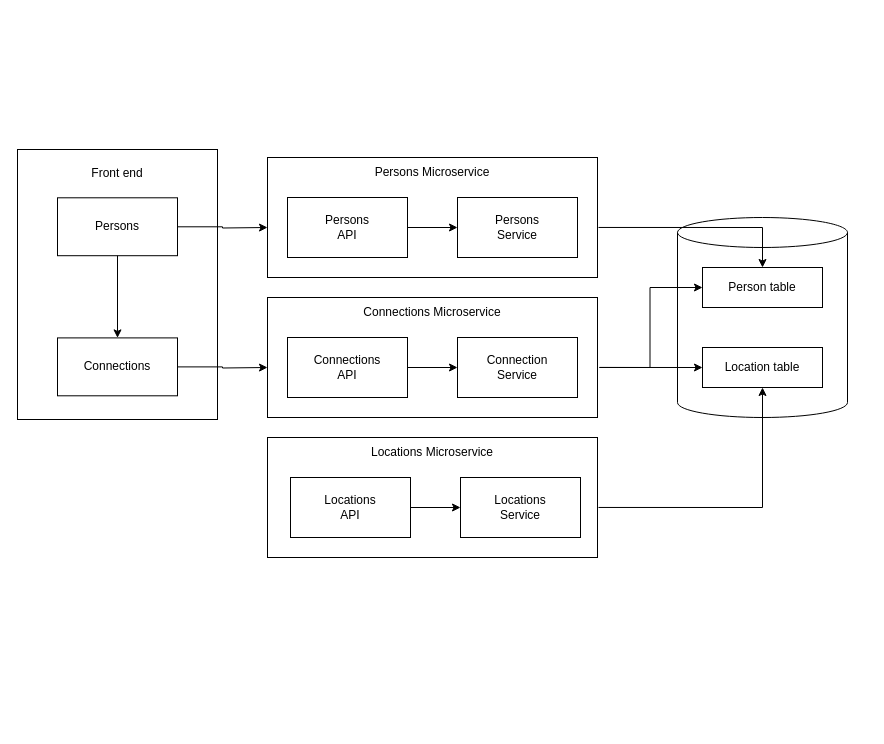
This is page "Refactored" (2 of 2) of docs/UdaConnect-Design.drawio from aldo-linux/udaconnect, a draw.io file, before an edit. Source tidied: cells renumbered, new cells numbered last; positions are measured from the earlier drawing's top-left corner, leaving out a move shared by most shapes. Both pictures are drawn from the tidied source at 100%, with x=0, y=0 at pixel (17, 149).
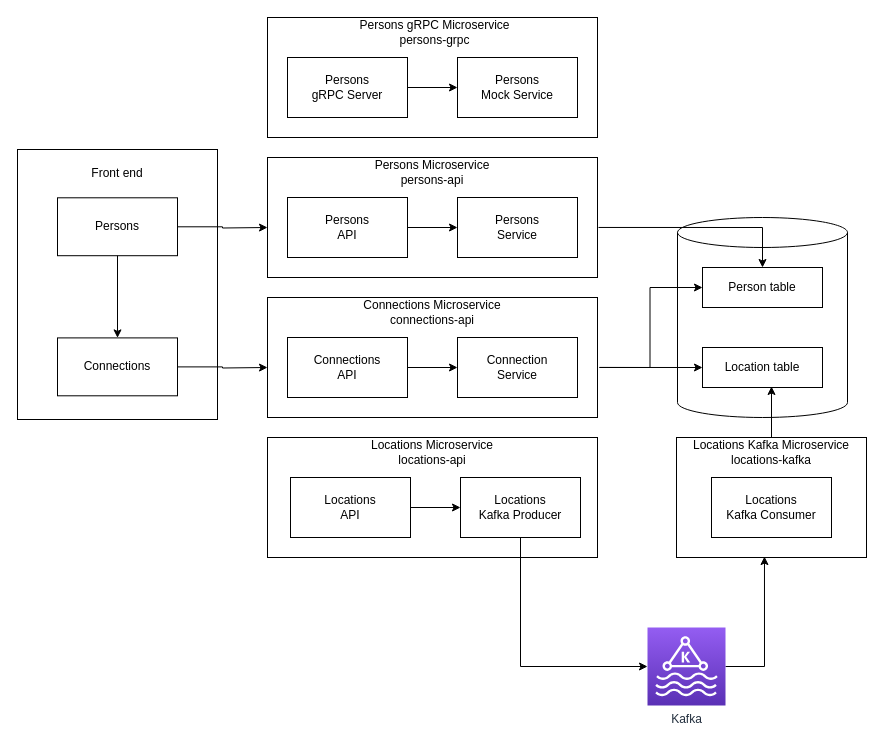
Above is the later version.

The change refers to these unchanged cells:
```xml
<mxCell id="4" value="Location table" style="rounded=0;whiteSpace=wrap;html=1;" parent="1" vertex="1">
  <mxGeometry x="685" y="198" width="120" height="40" as="geometry" />
</mxCell>
<mxCell id="8" style="group;" parent="1" vertex="1">
  <mxGeometry x="250" y="8" width="330" height="120" as="geometry" />
</mxCell>
<mxCell id="22" style="group;" parent="1" vertex="1">
  <mxGeometry x="250" y="288" width="330" height="120" as="geometry" />
</mxCell>
<mxCell id="23" style="rounded=0;whiteSpace=wrap;html=1;" parent="22" vertex="1">
  <mxGeometry width="330" height="120" as="geometry" />
</mxCell>
<mxCell id="28" style="group;" parent="1" vertex="1">
  <mxGeometry x="250" y="148" width="330" height="120" as="geometry" />
</mxCell>
```

The edit, as a diff of the source:
```diff
@@
-    <mxCell id="13" value="Persons Microservice" style="text;html=1;strokeColor=none;fillColor=none;align=center;verticalAlign=middle;whiteSpace=wrap;rounded=0;" parent="8" vertex="1">
+    <mxCell id="13" value="Persons Microservice&lt;br&gt;persons-api" style="text;html=1;strokeColor=none;fillColor=none;align=center;verticalAlign=middle;whiteSpace=wrap;rounded=0;" parent="8" vertex="1">
       <mxGeometry x="95" width="140" height="30" as="geometry" />
     </mxCell>
@@
-    <mxCell id="24" value="Locations Microservice" style="text;html=1;strokeColor=none;fillColor=none;align=center;verticalAlign=middle;whiteSpace=wrap;rounded=0;" parent="22" vertex="1">
+    <mxCell id="24" value="Locations Microservice&lt;br&gt;locations-api" style="text;html=1;strokeColor=none;fillColor=none;align=center;verticalAlign=middle;whiteSpace=wrap;rounded=0;" parent="22" vertex="1">
       <mxGeometry x="90" width="150" height="30" as="geometry" />
     </mxCell>
@@
-    <mxCell id="26" value="Locations&lt;br&gt;Service" style="rounded=0;whiteSpace=wrap;html=1;" parent="22" vertex="1">
+    <mxCell id="26" value="Locations&lt;br&gt;Kafka Producer" style="rounded=0;whiteSpace=wrap;html=1;" parent="22" vertex="1">
       <mxGeometry x="193" y="40" width="120" height="60" as="geometry" />
     </mxCell>
@@
-    <mxCell id="33" value="Connections Microservice" style="text;html=1;strokeColor=none;fillColor=none;align=center;verticalAlign=middle;whiteSpace=wrap;rounded=0;" parent="28" vertex="1">
+    <mxCell id="33" value="Connections Microservice&lt;br&gt;connections-api" style="text;html=1;strokeColor=none;fillColor=none;align=center;verticalAlign=middle;whiteSpace=wrap;rounded=0;" parent="28" vertex="1">
       <mxGeometry x="90" width="150" height="30" as="geometry" />
     </mxCell>
-    <mxCell id="34" style="edgeStyle=orthogonalEdgeStyle;rounded=0;jettySize=auto;html=1;entryX=0.5;entryY=1;entryDx=0;entryDy=0;exitX=1.003;exitY=0.583;exitDx=0;exitDy=0;exitPerimeter=0;" parent="1" edge="1" source="23" target="4">
-      <mxGeometry relative="1" as="geometry" />
-    </mxCell>
+    <mxCell id="35" style="edgeStyle=orthogonalEdgeStyle;rounded=0;jettySize=auto;html=1;entryX=0.463;entryY=0.992;entryDx=0;entryDy=0;exitX=1;exitY=0.5;exitDx=0;exitDy=0;exitPerimeter=0;entryPerimeter=0;" parent="1" edge="1" source="36" target="39">
+      <mxGeometry relative="1" as="geometry" />
+    </mxCell>
+    <mxCell id="36" value="Kafka" style="sketch=0;points=[[0,0,0],[0.25,0,0],[0.5,0,0],[0.75,0,0],[1,0,0],[0,1,0],[0.25,1,0],[0.5,1,0],[0.75,1,0],[1,1,0],[0,0.25,0],[0,0.5,0],[0,0.75,0],[1,0.25,0],[1,0.5,0],[1,0.75,0]];outlineConnect=0;fontColor=#232F3E;gradientColor=#945DF2;gradientDirection=north;fillColor=#5A30B5;strokeColor=#ffffff;dashed=0;verticalLabelPosition=bottom;verticalAlign=top;align=center;html=1;fontSize=12;fontStyle=0;shape=mxgraph.aws4.resourceIcon;resIcon=mxgraph.aws4.managed_streaming_for_kafka;" parent="1" vertex="1">
+      <mxGeometry x="630" y="478" width="78" height="78" as="geometry" />
+    </mxCell>
+    <mxCell id="37" style="edgeStyle=orthogonalEdgeStyle;rounded=0;jettySize=auto;html=1;entryX=0;entryY=0.5;entryDx=0;entryDy=0;entryPerimeter=0;exitX=0.5;exitY=1;exitDx=0;exitDy=0;" parent="1" edge="1" source="26" target="36">
+      <mxGeometry relative="1" as="geometry" />
+    </mxCell>
+    <mxCell id="38" style="group;" parent="1" vertex="1">
+      <mxGeometry x="659" y="288" width="190" height="120" as="geometry" />
+    </mxCell>
+    <mxCell id="39" style="rounded=0;whiteSpace=wrap;html=1;" parent="38" vertex="1">
+      <mxGeometry width="190" height="120" as="geometry" />
+    </mxCell>
+    <mxCell id="40" value="Locations Kafka Microservice&lt;br&gt;locations-kafka" style="text;html=1;strokeColor=none;fillColor=none;align=center;verticalAlign=middle;whiteSpace=wrap;rounded=0;" parent="38" vertex="1">
+      <mxGeometry x="5" width="180" height="30" as="geometry" />
+    </mxCell>
+    <mxCell id="41" value="Locations&lt;br&gt;Kafka Consumer" style="rounded=0;whiteSpace=wrap;html=1;" parent="38" vertex="1">
+      <mxGeometry x="35" y="40" width="120" height="60" as="geometry" />
+    </mxCell>
+    <mxCell id="42" style="edgeStyle=orthogonalEdgeStyle;rounded=0;jettySize=auto;html=1;entryX=0.575;entryY=0.975;entryDx=0;entryDy=0;entryPerimeter=0;" parent="1" edge="1" source="40" target="4">
+      <mxGeometry relative="1" as="geometry" />
+    </mxCell>
+    <mxCell id="43" style="group;" parent="1" vertex="1">
+      <mxGeometry x="250" y="-132" width="330" height="120" as="geometry" />
+    </mxCell>
+    <mxCell id="44" style="rounded=0;whiteSpace=wrap;html=1;" parent="43" vertex="1">
+      <mxGeometry width="330" height="120" as="geometry" />
+    </mxCell>
+    <mxCell id="45" value="Persons&lt;br&gt;gRPC Server" style="rounded=0;whiteSpace=wrap;html=1;" parent="43" vertex="1">
+      <mxGeometry x="20" y="40" width="120" height="60" as="geometry" />
+    </mxCell>
+    <mxCell id="46" value="Persons&lt;br&gt;Mock Service" style="rounded=0;whiteSpace=wrap;html=1;" parent="43" vertex="1">
+      <mxGeometry x="190" y="40" width="120" height="60" as="geometry" />
+    </mxCell>
+    <mxCell id="47" style="edgeStyle=orthogonalEdgeStyle;rounded=0;jettySize=auto;html=1;" parent="43" edge="1" source="45" target="46">
+      <mxGeometry relative="1" as="geometry" />
+    </mxCell>
+    <mxCell id="48" value="Persons gRPC Microservice&lt;br&gt;persons-grpc" style="text;html=1;strokeColor=none;fillColor=none;align=center;verticalAlign=middle;whiteSpace=wrap;rounded=0;" parent="43" vertex="1">
+      <mxGeometry x="85" width="165" height="30" as="geometry" />
+    </mxCell>
```
